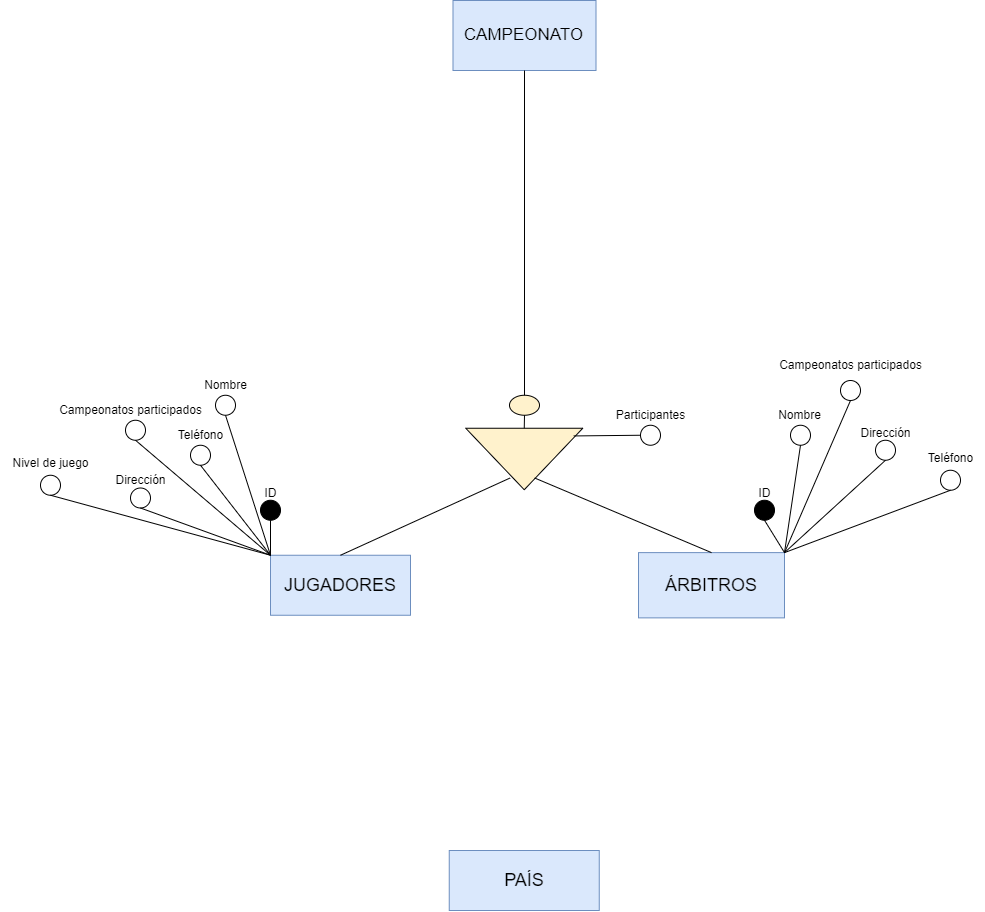
RafaelMayor/base-datos keeps this draw.io diagram as Unidad-1/Tareas/Tarea_Entregable-2/Diagrama Tarea Entregable 2.drawio.png. Above is the earlier version. Source tidied: cells renumbered, new cells last; positions are measured from the earlier drawing's top-left corner, leaving out a move shared by most shapes.
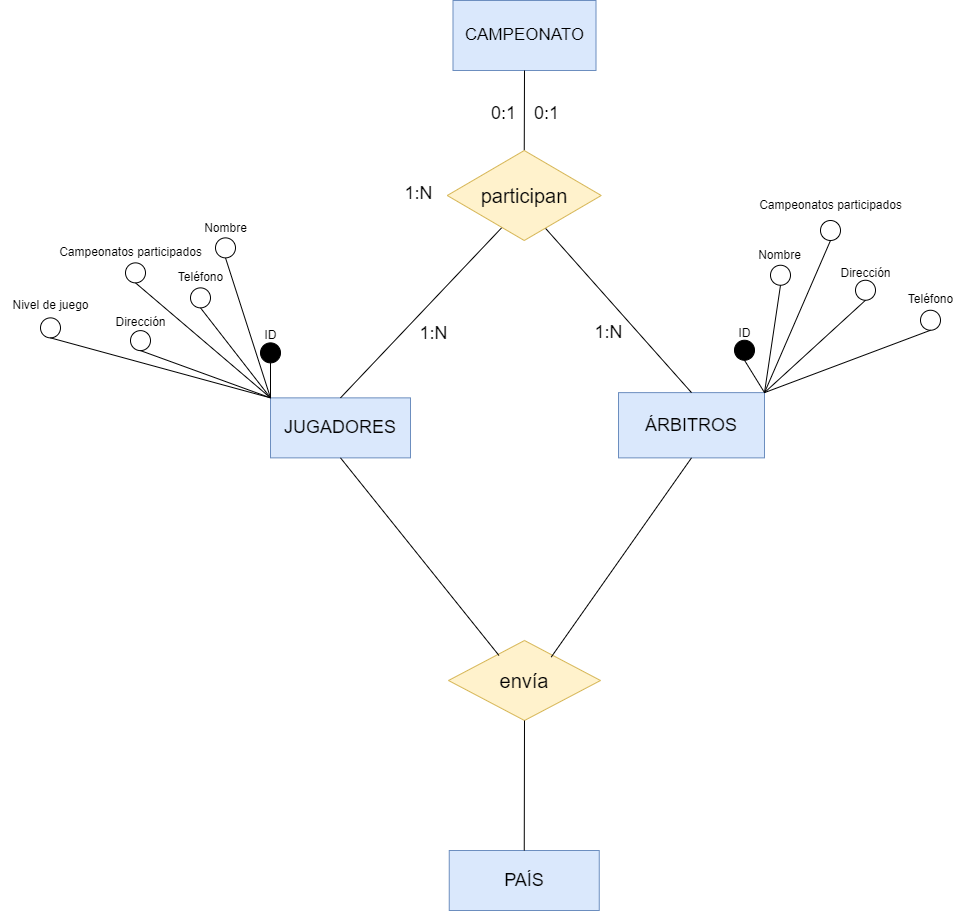
The same file after the commit.

What changed in the source:
```diff
@@ -5,112 +5,94 @@
     <mxCell id="2" value="&lt;font style=&quot;font-size: 17px;&quot;&gt;CAMPEONATO&lt;/font&gt;" style="whiteSpace=wrap;html=1;align=center;fillColor=#dae8fc;strokeColor=#6c8ebf;" parent="1" vertex="1">
       <mxGeometry x="452.5" width="143" height="70" as="geometry" />
     </mxCell>
-    <mxCell id="3" style="ellipse;whiteSpace=wrap;html=1;fillColor=#fff2cc;strokeColor=#000000;" parent="1" vertex="1">
-      <mxGeometry x="509" y="394.8" width="30" height="20" as="geometry" />
-    </mxCell>
-    <mxCell id="4" style="triangle;whiteSpace=wrap;html=1;rotation=90;fillColor=#fff2cc;strokeColor=#000000;" parent="1" vertex="1">
-      <mxGeometry x="493" y="400" width="61.5" height="117" as="geometry" />
-    </mxCell>
-    <mxCell id="5" style="endArrow=none;html=1;rounded=0;entryX=0.5;entryY=1;entryDx=0;entryDy=0;exitX=0.5;exitY=0;exitDx=0;exitDy=0;" parent="1" edge="1" source="3" target="2">
+    <mxCell id="5" style="endArrow=none;html=1;rounded=0;entryX=0.5;entryY=1;entryDx=0;entryDy=0;exitX=0.5;exitY=0;exitDx=0;exitDy=0;" parent="1" edge="1" source="48" target="2">
       <mxGeometry relative="1" as="geometry" />
     </mxCell>
-    <mxCell id="6" style="ellipse;whiteSpace=wrap;html=1;" parent="1" vertex="1">
-      <mxGeometry x="640" y="424.8" width="20" height="20" as="geometry" />
-    </mxCell>
-    <mxCell id="7" style="endArrow=none;html=1;rounded=0;entryX=0;entryY=0.5;entryDx=0;entryDy=0;exitX=0.125;exitY=0.077;exitDx=0;exitDy=0;exitPerimeter=0;" parent="1" edge="1" source="4" target="6">
-      <mxGeometry relative="1" as="geometry" />
-    </mxCell>
-    <mxCell id="8" value="Participantes" style="text;html=1;align=center;verticalAlign=middle;strokeColor=none;fillColor=none;" parent="1" vertex="1">
-      <mxGeometry x="605" y="400" width="90" height="30" as="geometry" />
-    </mxCell>
     <mxCell id="9" value="&lt;font style=&quot;font-size: 18px;&quot;&gt;JUGADORES&lt;/font&gt;" style="whiteSpace=wrap;html=1;align=center;fillColor=#dae8fc;strokeColor=#6c8ebf;" parent="1" vertex="1">
-      <mxGeometry x="270" y="554.8" width="140" height="60" as="geometry" />
+      <mxGeometry x="270" y="397.4" width="140" height="60" as="geometry" />
     </mxCell>
     <mxCell id="10" value="&lt;font style=&quot;font-size: 18px;&quot;&gt;ÁRBITROS&lt;/font&gt;" style="whiteSpace=wrap;html=1;align=center;fillColor=#dae8fc;strokeColor=#6c8ebf;" parent="1" vertex="1">
-      <mxGeometry x="638" y="552.1" width="146" height="65.2" as="geometry" />
+      <mxGeometry x="618" y="392.1" width="146" height="65.2" as="geometry" />
     </mxCell>
-    <mxCell id="11" style="endArrow=none;html=1;rounded=0;entryX=0.5;entryY=1;entryDx=0;entryDy=0;exitX=0;exitY=0.5;exitDx=0;exitDy=0;" parent="1" edge="1" source="4" target="3">
-      <mxGeometry relative="1" as="geometry" />
-    </mxCell>
-    <mxCell id="12" style="endArrow=none;html=1;rounded=0;exitX=0.5;exitY=0;exitDx=0;exitDy=0;entryX=0.809;entryY=0.621;entryDx=0;entryDy=0;entryPerimeter=0;" parent="1" edge="1" source="9" target="4">
+    <mxCell id="12" style="endArrow=none;html=1;rounded=0;exitX=0.5;exitY=0;exitDx=0;exitDy=0;entryX=0.398;entryY=0.778;entryDx=0;entryDy=0;entryPerimeter=0;" parent="1" edge="1" source="9" target="48">
       <mxGeometry relative="1" as="geometry" />
     </mxCell>
-    <mxCell id="13" style="endArrow=none;html=1;rounded=0;exitX=0.5;exitY=0;exitDx=0;exitDy=0;entryX=0.809;entryY=0.411;entryDx=0;entryDy=0;entryPerimeter=0;" parent="1" edge="1" source="10" target="4">
+    <mxCell id="13" style="endArrow=none;html=1;rounded=0;exitX=0.5;exitY=0;exitDx=0;exitDy=0;entryX=0.593;entryY=0.778;entryDx=0;entryDy=0;entryPerimeter=0;" parent="1" edge="1" source="10" target="48">
       <mxGeometry relative="1" as="geometry" />
     </mxCell>
     <mxCell id="14" value="Nombre" style="text;html=1;align=center;verticalAlign=middle;strokeColor=none;fillColor=none;" parent="1" vertex="1">
-      <mxGeometry x="190" y="370" width="70" height="30" as="geometry" />
+      <mxGeometry x="190" y="212.6" width="70" height="30" as="geometry" />
     </mxCell>
     <mxCell id="15" value="ID" style="text;html=1;align=center;verticalAlign=middle;strokeColor=none;fillColor=none;" parent="1" vertex="1">
-      <mxGeometry x="250" y="477.5" width="40" height="30" as="geometry" />
+      <mxGeometry x="250" y="320.1" width="40" height="30" as="geometry" />
     </mxCell>
     <mxCell id="16" value="Dirección" style="text;html=1;align=center;verticalAlign=middle;strokeColor=none;fillColor=none;" parent="1" vertex="1">
-      <mxGeometry x="105" y="464.8" width="70" height="30" as="geometry" />
+      <mxGeometry x="105" y="307.4" width="70" height="30" as="geometry" />
     </mxCell>
     <mxCell id="17" value="Teléfono" style="text;html=1;align=center;verticalAlign=middle;strokeColor=none;fillColor=none;" parent="1" vertex="1">
-      <mxGeometry x="165" y="419.8" width="70" height="30" as="geometry" />
+      <mxGeometry x="165" y="262.4" width="70" height="30" as="geometry" />
     </mxCell>
     <mxCell id="18" value="Campeonatos participados" style="text;html=1;align=center;verticalAlign=middle;strokeColor=none;fillColor=none;" parent="1" vertex="1">
-      <mxGeometry x="45" y="394.8" width="170" height="30" as="geometry" />
+      <mxGeometry x="45" y="237.4" width="170" height="30" as="geometry" />
     </mxCell>
     <mxCell id="19" value="Nivel de juego" style="text;html=1;align=center;verticalAlign=middle;strokeColor=none;fillColor=none;" parent="1" vertex="1">
-      <mxGeometry y="447.5" width="100" height="30" as="geometry" />
+      <mxGeometry y="290.1" width="100" height="30" as="geometry" />
     </mxCell>
     <mxCell id="20" style="ellipse;whiteSpace=wrap;html=1;fillColor=#000000;" parent="1" vertex="1">
-      <mxGeometry x="260" y="499.8" width="20" height="20" as="geometry" />
+      <mxGeometry x="260" y="342.4" width="20" height="20" as="geometry" />
     </mxCell>
     <mxCell id="21" style="endArrow=none;html=1;rounded=0;exitX=0;exitY=0;exitDx=0;exitDy=0;entryX=0.5;entryY=1;entryDx=0;entryDy=0;" parent="1" edge="1" source="9" target="20">
       <mxGeometry relative="1" as="geometry" />
     </mxCell>
     <mxCell id="22" style="endArrow=none;html=1;rounded=0;entryX=0.5;entryY=1;entryDx=0;entryDy=0;" parent="1" edge="1" target="23">
       <mxGeometry relative="1" as="geometry">
-        <mxPoint x="270" y="554.8" as="sourcePoint" />
+        <mxPoint x="270" y="397.4" as="sourcePoint" />
       </mxGeometry>
     </mxCell>
     <mxCell id="23" style="ellipse;whiteSpace=wrap;html=1;" parent="1" vertex="1">
-      <mxGeometry x="215" y="394.8" width="20" height="20" as="geometry" />
+      <mxGeometry x="215" y="237.4" width="20" height="20" as="geometry" />
     </mxCell>
     <mxCell id="24" style="ellipse;whiteSpace=wrap;html=1;" parent="1" vertex="1">
-      <mxGeometry x="190" y="444.8" width="20" height="20" as="geometry" />
+      <mxGeometry x="190" y="287.4" width="20" height="20" as="geometry" />
     </mxCell>
     <mxCell id="25" style="endArrow=none;html=1;rounded=0;entryX=0;entryY=0;entryDx=0;entryDy=0;exitX=0.5;exitY=1;exitDx=0;exitDy=0;" parent="1" edge="1" source="24" target="9">
       <mxGeometry relative="1" as="geometry" />
     </mxCell>
     <mxCell id="26" style="ellipse;whiteSpace=wrap;html=1;" parent="1" vertex="1">
-      <mxGeometry x="125" y="419.8" width="20" height="20" as="geometry" />
+      <mxGeometry x="125" y="262.4" width="20" height="20" as="geometry" />
     </mxCell>
     <mxCell id="27" style="endArrow=none;html=1;rounded=0;entryX=0;entryY=0;entryDx=0;entryDy=0;exitX=0.5;exitY=1;exitDx=0;exitDy=0;" parent="1" edge="1" source="26" target="9">
       <mxGeometry relative="1" as="geometry" />
     </mxCell>
     <mxCell id="28" style="ellipse;whiteSpace=wrap;html=1;" parent="1" vertex="1">
-      <mxGeometry x="130" y="487.5" width="20" height="20" as="geometry" />
+      <mxGeometry x="130" y="330.1" width="20" height="20" as="geometry" />
     </mxCell>
     <mxCell id="29" style="endArrow=none;html=1;rounded=0;exitX=0;exitY=0;exitDx=0;exitDy=0;entryX=0.5;entryY=1;entryDx=0;entryDy=0;" parent="1" edge="1" source="9" target="28">
       <mxGeometry relative="1" as="geometry" />
     </mxCell>
     <mxCell id="30" style="ellipse;whiteSpace=wrap;html=1;" parent="1" vertex="1">
-      <mxGeometry x="40" y="474.8" width="20" height="20" as="geometry" />
+      <mxGeometry x="40" y="317.4" width="20" height="20" as="geometry" />
     </mxCell>
     <mxCell id="31" style="endArrow=none;html=1;rounded=0;exitX=0;exitY=0;exitDx=0;exitDy=0;entryX=0.5;entryY=1;entryDx=0;entryDy=0;" parent="1" edge="1" source="9" target="30">
       <mxGeometry relative="1" as="geometry" />
     </mxCell>
     <mxCell id="32" value="Nombre" style="text;html=1;align=center;verticalAlign=middle;strokeColor=none;fillColor=none;" parent="1" vertex="1">
-      <mxGeometry x="764" y="400" width="70" height="30" as="geometry" />
+      <mxGeometry x="744" y="240" width="70" height="30" as="geometry" />
     </mxCell>
     <mxCell id="33" value="ID" style="text;html=1;align=center;verticalAlign=middle;strokeColor=none;fillColor=none;" parent="1" vertex="1">
-      <mxGeometry x="744" y="477.5" width="40" height="30" as="geometry" />
+      <mxGeometry x="724" y="317.5" width="40" height="30" as="geometry" />
     </mxCell>
     <mxCell id="34" value="Dirección" style="text;html=1;align=center;verticalAlign=middle;strokeColor=none;fillColor=none;" parent="1" vertex="1">
-      <mxGeometry x="850" y="417.5" width="70" height="30" as="geometry" />
+      <mxGeometry x="830" y="257.5" width="70" height="30" as="geometry" />
     </mxCell>
     <mxCell id="35" value="Teléfono" style="text;html=1;align=center;verticalAlign=middle;strokeColor=none;fillColor=none;" parent="1" vertex="1">
-      <mxGeometry x="915" y="443.5" width="70" height="30" as="geometry" />
+      <mxGeometry x="895" y="283.5" width="70" height="30" as="geometry" />
     </mxCell>
     <mxCell id="36" value="Campeonatos participados" style="text;html=1;align=center;verticalAlign=middle;strokeColor=none;fillColor=none;" parent="1" vertex="1">
-      <mxGeometry x="765" y="350" width="170" height="30" as="geometry" />
+      <mxGeometry x="745" y="190" width="170" height="30" as="geometry" />
     </mxCell>
     <mxCell id="37" style="ellipse;whiteSpace=wrap;html=1;fillColor=#000000;" parent="1" vertex="1">
-      <mxGeometry x="754" y="499.8" width="20" height="20" as="geometry" />
+      <mxGeometry x="734" y="339.8" width="20" height="20" as="geometry" />
     </mxCell>
     <mxCell id="38" style="endArrow=none;html=1;rounded=0;exitX=1;exitY=0;exitDx=0;exitDy=0;entryX=0.5;entryY=1;entryDx=0;entryDy=0;" parent="1" edge="1" source="10" target="37">
       <mxGeometry relative="1" as="geometry" />
@@ -119,22 +101,22 @@
       <mxGeometry relative="1" as="geometry" />
     </mxCell>
     <mxCell id="40" style="ellipse;whiteSpace=wrap;html=1;" parent="1" vertex="1">
-      <mxGeometry x="840" y="380" width="20" height="20" as="geometry" />
+      <mxGeometry x="820" y="220" width="20" height="20" as="geometry" />
     </mxCell>
     <mxCell id="41" style="ellipse;whiteSpace=wrap;html=1;" parent="1" vertex="1">
-      <mxGeometry x="790" y="424.8" width="20" height="20" as="geometry" />
+      <mxGeometry x="770" y="264.8" width="20" height="20" as="geometry" />
     </mxCell>
     <mxCell id="42" style="endArrow=none;html=1;rounded=0;entryX=1;entryY=0;entryDx=0;entryDy=0;exitX=0.5;exitY=1;exitDx=0;exitDy=0;" parent="1" edge="1" source="41" target="10">
       <mxGeometry relative="1" as="geometry" />
     </mxCell>
     <mxCell id="43" style="ellipse;whiteSpace=wrap;html=1;" parent="1" vertex="1">
-      <mxGeometry x="875" y="439.8" width="20" height="20" as="geometry" />
+      <mxGeometry x="855" y="279.8" width="20" height="20" as="geometry" />
     </mxCell>
     <mxCell id="44" style="endArrow=none;html=1;rounded=0;exitX=0.5;exitY=1;exitDx=0;exitDy=0;entryX=1;entryY=0;entryDx=0;entryDy=0;" parent="1" edge="1" source="43" target="10">
       <mxGeometry relative="1" as="geometry" />
     </mxCell>
     <mxCell id="45" style="ellipse;whiteSpace=wrap;html=1;" parent="1" vertex="1">
-      <mxGeometry x="940" y="469.8" width="20" height="20" as="geometry" />
+      <mxGeometry x="920" y="309.8" width="20" height="20" as="geometry" />
     </mxCell>
     <mxCell id="46" style="endArrow=none;html=1;rounded=0;exitX=1;exitY=0;exitDx=0;exitDy=0;entryX=0.5;entryY=1;entryDx=0;entryDy=0;" parent="1" edge="1" source="10" target="45">
       <mxGeometry relative="1" as="geometry" />
@@ -142,5 +124,35 @@
     <mxCell id="47" value="&lt;font style=&quot;font-size: 18px;&quot;&gt;PAÍS&lt;/font&gt;" style="whiteSpace=wrap;html=1;align=center;fillColor=#dae8fc;strokeColor=#6c8ebf;" parent="1" vertex="1">
       <mxGeometry x="448.8" y="850" width="150" height="60" as="geometry" />
     </mxCell>
+    <mxCell id="48" value="&lt;font style=&quot;font-size: 20px;&quot;&gt;participan&lt;/font&gt;" style="shape=rhombus;perimeter=rhombusPerimeter;whiteSpace=wrap;html=1;align=center;fillColor=#fff2cc;strokeColor=#d6b656;" parent="1" vertex="1">
+      <mxGeometry x="446.8" y="150" width="154" height="90" as="geometry" />
+    </mxCell>
+    <mxCell id="49" value="&lt;font style=&quot;font-size: 18px;&quot;&gt;0:1&lt;/font&gt;" style="text;html=1;align=center;verticalAlign=middle;strokeColor=none;fillColor=none;" parent="1" vertex="1">
+      <mxGeometry x="521" y="93" width="50" height="40" as="geometry" />
+    </mxCell>
+    <mxCell id="50" value="&lt;font style=&quot;font-size: 18px;&quot;&gt;1:N&lt;/font&gt;" style="text;html=1;align=center;verticalAlign=middle;strokeColor=none;fillColor=none;" parent="1" vertex="1">
+      <mxGeometry x="407.5" y="312.5" width="50" height="40" as="geometry" />
+    </mxCell>
+    <mxCell id="51" value="&lt;font style=&quot;font-size: 18px;&quot;&gt;1:N&lt;/font&gt;" style="text;html=1;align=center;verticalAlign=middle;strokeColor=none;fillColor=none;" parent="1" vertex="1">
+      <mxGeometry x="583" y="312.4" width="50" height="40" as="geometry" />
+    </mxCell>
+    <mxCell id="52" value="&lt;font style=&quot;font-size: 18px;&quot;&gt;0:1&lt;/font&gt;" style="text;html=1;align=center;verticalAlign=middle;strokeColor=none;fillColor=none;" parent="1" vertex="1">
+      <mxGeometry x="478" y="93" width="50" height="40" as="geometry" />
+    </mxCell>
+    <mxCell id="53" value="&lt;font style=&quot;font-size: 18px;&quot;&gt;1:N&lt;/font&gt;" style="text;html=1;align=center;verticalAlign=middle;strokeColor=none;fillColor=none;" parent="1" vertex="1">
+      <mxGeometry x="393" y="173" width="50" height="40" as="geometry" />
+    </mxCell>
+    <mxCell id="54" value="&lt;font style=&quot;font-size: 20px;&quot;&gt;envía&lt;/font&gt;" style="shape=rhombus;perimeter=rhombusPerimeter;whiteSpace=wrap;html=1;align=center;fillColor=#fff2cc;strokeColor=#d6b656;" parent="1" vertex="1">
+      <mxGeometry x="448" y="640" width="152" height="80" as="geometry" />
+    </mxCell>
+    <mxCell id="55" style="endArrow=none;html=1;rounded=0;exitX=0.5;exitY=0;exitDx=0;exitDy=0;entryX=0.5;entryY=1;entryDx=0;entryDy=0;" parent="1" edge="1" source="47" target="54">
+      <mxGeometry relative="1" as="geometry" />
+    </mxCell>
+    <mxCell id="56" style="endArrow=none;html=1;rounded=0;entryX=0.676;entryY=0.207;entryDx=0;entryDy=0;exitX=0.5;exitY=1;exitDx=0;exitDy=0;entryPerimeter=0;" parent="1" edge="1" source="10" target="54">
+      <mxGeometry relative="1" as="geometry" />
+    </mxCell>
+    <mxCell id="57" style="endArrow=none;html=1;rounded=0;entryX=0.5;entryY=1;entryDx=0;entryDy=0;exitX=0.332;exitY=0.187;exitDx=0;exitDy=0;exitPerimeter=0;" parent="1" edge="1" source="54" target="9">
+      <mxGeometry relative="1" as="geometry" />
+    </mxCell>
   </root>
 </mxGraphModel>
```
